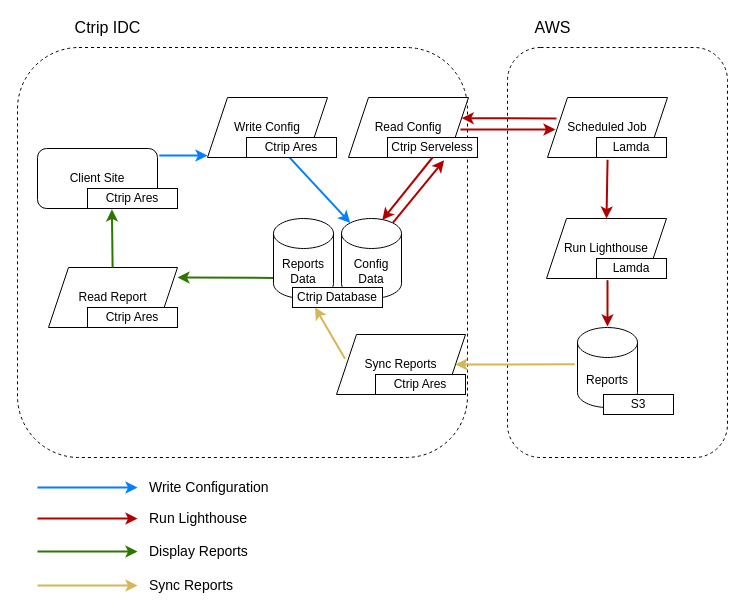
harrybaa/drawio_bucket keeps this draw.io diagram as Untitled Diagram.drawio. Above is the earlier version. Source tidied: cells renumbered, new cells numbered last; positions are measured from the earlier drawing's top-left corner, leaving out a move shared by most shapes. Both pictures are drawn from the tidied source at 100%, with x=0, y=0 at pixel (17, 17).
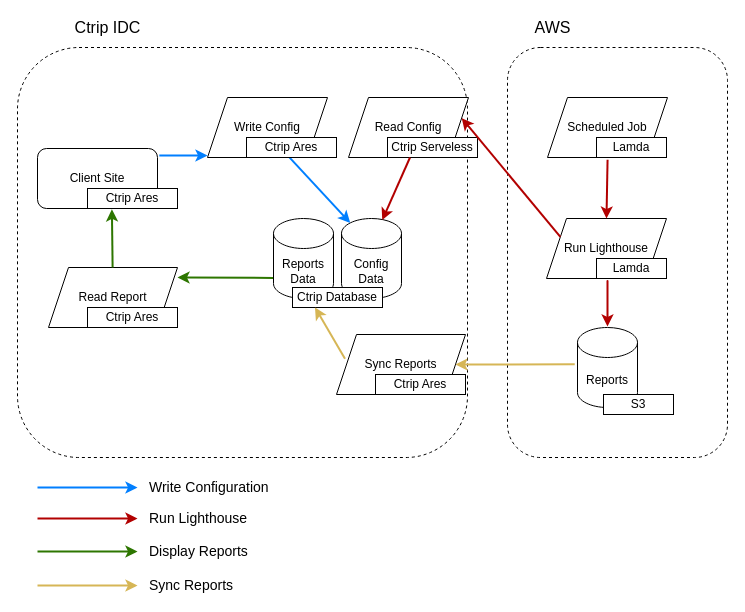
The same page after the edit.

Unchanged cells that the change refers to:
```xml
<mxCell id="4" value="Config Data" style="shape=cylinder3;whiteSpace=wrap;html=1;boundedLbl=1;backgroundOutline=1;size=15;" parent="1" vertex="1">
  <mxGeometry x="324" y="201" width="60" height="80" as="geometry" />
</mxCell>
<mxCell id="10" value="Run Lighthouse" style="shape=parallelogram;perimeter=parallelogramPerimeter;whiteSpace=wrap;html=1;fixedSize=1;" parent="1" vertex="1">
  <mxGeometry x="529" y="201" width="120" height="60" as="geometry" />
</mxCell>
<mxCell id="31" value="Ctrip Serveless" style="rounded=0;whiteSpace=wrap;html=1;fontSize=12;" parent="1" vertex="1">
  <mxGeometry x="370" y="120" width="90" height="20" as="geometry" />
</mxCell>
```

Diff of the diagram source:
```diff
@@
-    <mxCell id="32" style="curved=1;endArrow=classic;html=1;rounded=0;strokeColor=#B20000;fillColor=#e51400;strokeWidth=2;verticalAlign=middle;exitX=0.5;exitY=1;exitDx=0;exitDy=0;entryX=0.679;entryY=0.02;entryDx=0;entryDy=0;entryPerimeter=0;" parent="1" edge="1" source="31" target="4">
+    <mxCell id="32" style="curved=1;endArrow=classic;html=1;rounded=0;strokeColor=#B20000;fillColor=#e51400;strokeWidth=2;verticalAlign=middle;exitX=0.25;exitY=1;exitDx=0;exitDy=0;entryX=0.679;entryY=0.02;entryDx=0;entryDy=0;entryPerimeter=0;" parent="1" edge="1" source="31" target="4">
       <mxGeometry relative="1" as="geometry" />
     </mxCell>
-    <mxCell id="33" style="curved=1;endArrow=classic;html=1;rounded=0;strokeColor=#B20000;fillColor=#e51400;strokeWidth=2;verticalAlign=middle;exitX=0.855;exitY=0;exitDx=0;exitDy=4.35;exitPerimeter=0;entryX=0.629;entryY=1.14;entryDx=0;entryDy=0;entryPerimeter=0;" parent="1" edge="1" source="4" target="31">
-      <mxGeometry relative="1" as="geometry" />
-    </mxCell>
-    <mxCell id="34" style="curved=1;endArrow=classic;html=1;rounded=0;strokeColor=#B20000;fillColor=#e51400;strokeWidth=2;verticalAlign=middle;exitX=0.949;exitY=0.448;exitDx=0;exitDy=0;exitPerimeter=0;" parent="1" edge="1">
-      <mxGeometry relative="1" as="geometry">
-        <mxPoint x="442.9" y="111.9" as="sourcePoint" />
-        <mxPoint x="538" y="112" as="targetPoint" />
-      </mxGeometry>
-    </mxCell>
-    <mxCell id="35" style="curved=1;endArrow=classic;html=1;rounded=0;strokeColor=#B20000;fillColor=#e51400;strokeWidth=2;entryX=0.836;entryY=-0.168;entryDx=0;entryDy=0;entryPerimeter=0;" parent="1" edge="1">
+    <mxCell id="35" style="curved=1;endArrow=classic;html=1;rounded=0;strokeColor=#B20000;fillColor=#e51400;strokeWidth=2;entryX=0.836;entryY=-0.168;entryDx=0;entryDy=0;entryPerimeter=0;exitX=0;exitY=0.25;exitDx=0;exitDy=0;" parent="1" edge="1" source="10">
       <mxGeometry relative="1" as="geometry">
-        <mxPoint x="539" y="101" as="sourcePoint" />
         <mxPoint x="444.2" y="100.6" as="targetPoint" />
       </mxGeometry>
     </mxCell>
```
